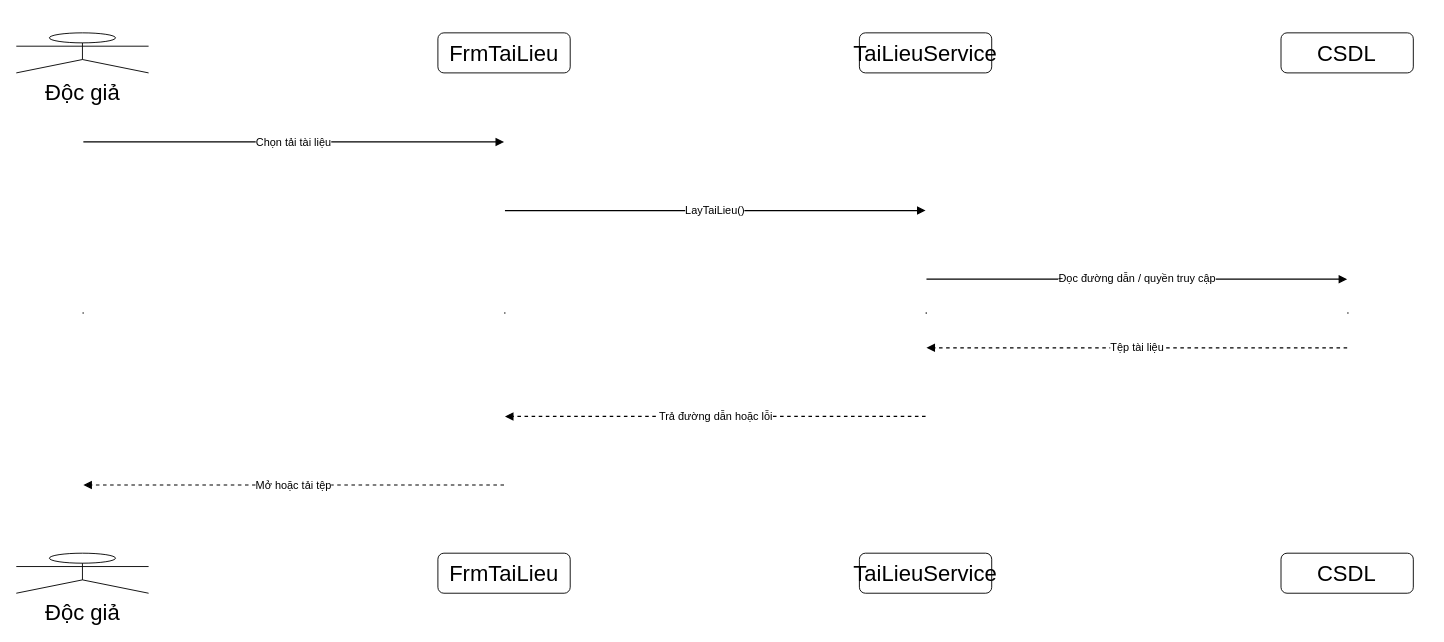
The draw.io diagram page "LAB02 - Tải tài liệu điện tử" (6 of 8) of IMAGES/LAB02.drawio in NguyenPhiLong517/LAB_OOSD, before the edit. Source tidied: cells renumbered, new cells numbered last; positions are measured from the earlier drawing's top-left corner, leaving out a move shared by most shapes. Both pictures are drawn from the tidied source at 91%, with x=0, y=0 at pixel (15, 33).
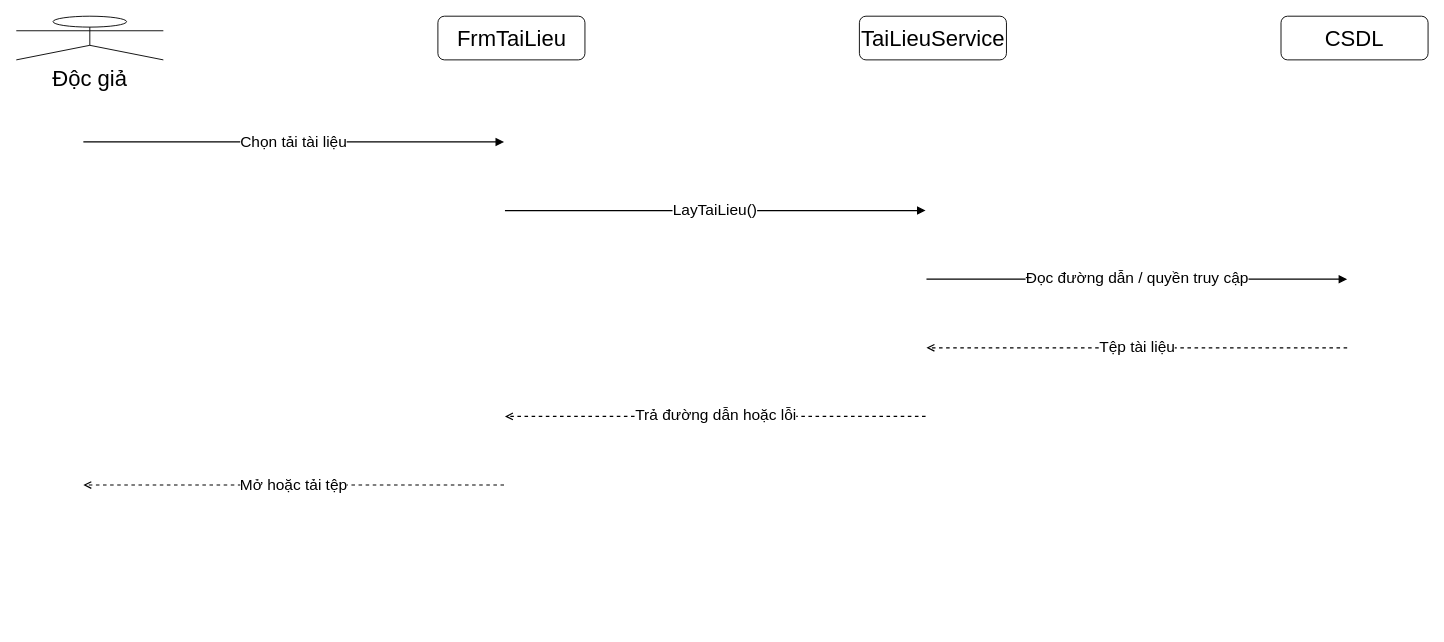
The same page after the edit.

Unchanged cells that the change refers to:
```xml
<mxCell id="20" style="shape=ellipse;opacity=0;strokeColor=none;fillColor=none;fillColor=none;strokeColor=black;fontColor=#000000;fontSize=1;" parent="1" vertex="1">
  <mxGeometry x="73.1" y="119" width="1" height="1" as="geometry" />
</mxCell>
<mxCell id="21" style="shape=ellipse;opacity=0;strokeColor=none;fillColor=none;fillColor=none;strokeColor=black;fontColor=#000000;fontSize=1;" parent="1" vertex="1">
  <mxGeometry x="536.4" y="119" width="1" height="1" as="geometry" />
</mxCell>
<mxCell id="22" style="shape=ellipse;opacity=0;strokeColor=none;fillColor=none;fillColor=none;strokeColor=black;fontColor=#000000;fontSize=1;" parent="1" vertex="1">
  <mxGeometry x="536.4" y="194.4" width="1" height="1" as="geometry" />
</mxCell>
<mxCell id="23" style="shape=ellipse;opacity=0;strokeColor=none;fillColor=none;fillColor=none;strokeColor=black;fontColor=#000000;fontSize=1;" parent="1" vertex="1">
  <mxGeometry x="999.6" y="194.4" width="1" height="1" as="geometry" />
</mxCell>
<mxCell id="24" style="shape=ellipse;opacity=0;strokeColor=none;fillColor=none;fillColor=none;strokeColor=black;fontColor=#000000;fontSize=1;" parent="1" vertex="1">
  <mxGeometry x="999.6" y="269.8" width="1" height="1" as="geometry" />
</mxCell>
<mxCell id="25" style="shape=ellipse;opacity=0;strokeColor=none;fillColor=none;fillColor=none;strokeColor=black;fontColor=#000000;fontSize=1;" parent="1" vertex="1">
  <mxGeometry x="1462.9" y="269.8" width="1" height="1" as="geometry" />
</mxCell>
<mxCell id="26" style="shape=ellipse;opacity=0;strokeColor=none;fillColor=none;fillColor=none;strokeColor=black;fontColor=#000000;fontSize=1;" parent="1" vertex="1">
  <mxGeometry x="1462.9" y="345.2" width="1" height="1" as="geometry" />
</mxCell>
<mxCell id="27" style="shape=ellipse;opacity=0;strokeColor=none;fillColor=none;fillColor=none;strokeColor=black;fontColor=#000000;fontSize=1;" parent="1" vertex="1">
  <mxGeometry x="999.6" y="345.2" width="1" height="1" as="geometry" />
</mxCell>
<mxCell id="28" style="shape=ellipse;opacity=0;strokeColor=none;fillColor=none;fillColor=none;strokeColor=black;fontColor=#000000;fontSize=1;" parent="1" vertex="1">
  <mxGeometry x="999.6" y="420.6" width="1" height="1" as="geometry" />
</mxCell>
<mxCell id="29" style="shape=ellipse;opacity=0;strokeColor=none;fillColor=none;fillColor=none;strokeColor=black;fontColor=#000000;fontSize=1;" parent="1" vertex="1">
  <mxGeometry x="536.4" y="420.6" width="1" height="1" as="geometry" />
</mxCell>
<mxCell id="30" style="shape=ellipse;opacity=0;strokeColor=none;fillColor=none;fillColor=none;strokeColor=black;fontColor=#000000;fontSize=1;" parent="1" vertex="1">
  <mxGeometry x="536.4" y="496" width="1" height="1" as="geometry" />
</mxCell>
<mxCell id="31" style="shape=ellipse;opacity=0;strokeColor=none;fillColor=none;fillColor=none;strokeColor=black;fontColor=#000000;fontSize=1;" parent="1" vertex="1">
  <mxGeometry x="73.1" y="496" width="1" height="1" as="geometry" />
</mxCell>
```

What changed in the source:
```diff
@@
-    <mxCell id="2" value="Chọn tải tài liệu" style="edgeStyle=orthogonalEdgeStyle;rounded=0;jettySize=auto;html=1;strokeColor=#000000;strokeWidth=1.3;endArrow=block;endFill=1;fontColor=#000000;fontSize=12;edgeStyle=none;" parent="1" edge="1" source="20" target="21">
+    <mxCell id="2" value="Chọn tải tài liệu" style="edgeStyle=orthogonalEdgeStyle;rounded=0;jettySize=auto;html=1;strokeColor=#000000;strokeWidth=1.3;endArrow=block;endFill=1;fontColor=#000000;fontSize=17;edgeStyle=none;" parent="1" edge="1" source="20" target="21">
       <mxGeometry relative="1" as="geometry" />
     </mxCell>
-    <mxCell id="3" value="LayTaiLieu()" style="edgeStyle=orthogonalEdgeStyle;rounded=0;jettySize=auto;html=1;strokeColor=#000000;strokeWidth=1.3;endArrow=block;endFill=1;fontColor=#000000;fontSize=12;edgeStyle=none;" parent="1" edge="1" source="22" target="23">
+    <mxCell id="3" value="LayTaiLieu()" style="edgeStyle=orthogonalEdgeStyle;rounded=0;jettySize=auto;html=1;strokeColor=#000000;strokeWidth=1.3;endArrow=block;endFill=1;fontColor=#000000;fontSize=17;edgeStyle=none;" parent="1" edge="1" source="22" target="23">
       <mxGeometry relative="1" as="geometry" />
     </mxCell>
-    <mxCell id="4" value="Đọc đường dẫn / quyền truy cập" style="edgeStyle=orthogonalEdgeStyle;rounded=0;jettySize=auto;html=1;strokeColor=#000000;strokeWidth=1.3;endArrow=block;endFill=1;fontColor=#000000;fontSize=12;edgeStyle=none;" parent="1" edge="1" source="24" target="25">
+    <mxCell id="4" value="Đọc đường dẫn / quyền truy cập" style="edgeStyle=orthogonalEdgeStyle;rounded=0;jettySize=auto;html=1;strokeColor=#000000;strokeWidth=1.3;endArrow=block;endFill=1;fontColor=#000000;fontSize=17;edgeStyle=none;" parent="1" edge="1" source="24" target="25">
       <mxGeometry relative="1" as="geometry" />
     </mxCell>
-    <mxCell id="5" value="Tệp tài liệu" style="edgeStyle=orthogonalEdgeStyle;rounded=0;jettySize=auto;html=1;strokeColor=#000000;strokeWidth=1.3;endArrow=block;endFill=1;fontColor=#000000;fontSize=12;dashed=1;edgeStyle=none;" parent="1" edge="1" source="26" target="27">
+    <mxCell id="5" value="Tệp tài liệu" style="edgeStyle=orthogonalEdgeStyle;rounded=0;jettySize=auto;html=1;strokeColor=#000000;strokeWidth=1.3;endArrow=open;endFill=0;fontColor=#000000;fontSize=17;dashed=1;edgeStyle=none;" parent="1" edge="1" source="26" target="27">
       <mxGeometry relative="1" as="geometry" />
     </mxCell>
-    <mxCell id="6" value="Trả đường dẫn hoặc lỗi" style="edgeStyle=orthogonalEdgeStyle;rounded=0;jettySize=auto;html=1;strokeColor=#000000;strokeWidth=1.3;endArrow=block;endFill=1;fontColor=#000000;fontSize=12;dashed=1;edgeStyle=none;" parent="1" edge="1" source="28" target="29">
+    <mxCell id="6" value="Trả đường dẫn hoặc lỗi" style="edgeStyle=orthogonalEdgeStyle;rounded=0;jettySize=auto;html=1;strokeColor=#000000;strokeWidth=1.3;endArrow=open;endFill=0;fontColor=#000000;fontSize=17;dashed=1;edgeStyle=none;" parent="1" edge="1" source="28" target="29">
       <mxGeometry relative="1" as="geometry" />
     </mxCell>
-    <mxCell id="7" value="Mở hoặc tải tệp" style="edgeStyle=orthogonalEdgeStyle;rounded=0;jettySize=auto;html=1;strokeColor=#000000;strokeWidth=1.3;endArrow=block;endFill=1;fontColor=#000000;fontSize=12;dashed=1;edgeStyle=none;" parent="1" edge="1" source="30" target="31">
+    <mxCell id="7" value="Mở hoặc tải tệp" style="edgeStyle=orthogonalEdgeStyle;rounded=0;jettySize=auto;html=1;strokeColor=#000000;strokeWidth=1.3;endArrow=open;endFill=0;fontColor=#000000;fontSize=17;dashed=1;edgeStyle=none;" parent="1" edge="1" source="30" target="31">
       <mxGeometry relative="1" as="geometry" />
     </mxCell>
     <mxCell id="8" value="Độc giả" style="shape=umlActor;verticalLabelPosition=bottom;verticalAlign=top;html=1;fillColor=white;strokeColor=black;fontColor=#000000;fontSize=24.24;" parent="1" vertex="1">
-      <mxGeometry x="0.4" y="-0.4" width="145.4" height="44" as="geometry" />
+      <mxGeometry x="0.4" y="-18.7" width="161.6" height="48" as="geometry" />
     </mxCell>
-    <mxCell id="9" value="Độc giả" style="shape=umlActor;verticalLabelPosition=bottom;verticalAlign=top;html=1;fillColor=white;strokeColor=black;fontColor=#000000;fontSize=24.24;" parent="1" vertex="1">
-      <mxGeometry x="0.4" y="571.4" width="145.4" height="44" as="geometry" />
-    </mxCell>
-    <mxCell id="10" style="shape=line;dashed=1;strokeWidth=1.2;html=1;fillColor=none;strokeColor=black;fontColor=#000000;fontSize=8;" parent="1" vertex="1">
-      <mxGeometry x="73.1" y="43.6" width="1.6" height="527.8" as="geometry" />
+    <mxCell id="10" style="shape=line;dashed=1;strokeWidth=1.5;strokeColor=#000000;html=1;" parent="1" vertex="1">
+      <mxGeometry x="73.1" y="21.6" height="593.7" as="geometry" />
     </mxCell>
     <mxCell id="11" value="FrmTaiLieu" style="rounded=1;whiteSpace=wrap;html=1;fillColor=white;strokeColor=black;fontColor=#000000;fontSize=24.24;" parent="1" vertex="1">
-      <mxGeometry x="463.7" y="-0.4" width="145.4" height="44" as="geometry" />
+      <mxGeometry x="463.7" y="-18.7" width="161.6" height="48" as="geometry" />
     </mxCell>
-    <mxCell id="12" value="FrmTaiLieu" style="rounded=1;whiteSpace=wrap;html=1;fillColor=white;strokeColor=black;fontColor=#000000;fontSize=24.24;" parent="1" vertex="1">
-      <mxGeometry x="463.7" y="571.4" width="145.4" height="44" as="geometry" />
-    </mxCell>
-    <mxCell id="13" style="shape=line;dashed=1;strokeWidth=1.2;html=1;fillColor=none;strokeColor=black;fontColor=#000000;fontSize=8;" parent="1" vertex="1">
-      <mxGeometry x="536.4" y="43.6" width="1.6" height="527.8" as="geometry" />
+    <mxCell id="13" style="shape=line;dashed=1;strokeWidth=1.5;strokeColor=#000000;html=1;" parent="1" vertex="1">
+      <mxGeometry x="536.4" y="21.6" height="593.7" as="geometry" />
     </mxCell>
     <mxCell id="14" value="TaiLieuService" style="rounded=1;whiteSpace=wrap;html=1;fillColor=white;strokeColor=black;fontColor=#000000;fontSize=24.24;" parent="1" vertex="1">
-      <mxGeometry x="926.9" y="-0.4" width="145.4" height="44" as="geometry" />
+      <mxGeometry x="926.9" y="-18.7" width="161.6" height="48" as="geometry" />
     </mxCell>
-    <mxCell id="15" value="TaiLieuService" style="rounded=1;whiteSpace=wrap;html=1;fillColor=white;strokeColor=black;fontColor=#000000;fontSize=24.24;" parent="1" vertex="1">
-      <mxGeometry x="926.9" y="571.4" width="145.4" height="44" as="geometry" />
-    </mxCell>
-    <mxCell id="16" style="shape=line;dashed=1;strokeWidth=1.2;html=1;fillColor=none;strokeColor=black;fontColor=#000000;fontSize=8;" parent="1" vertex="1">
-      <mxGeometry x="999.6" y="43.6" width="1.6" height="527.8" as="geometry" />
+    <mxCell id="16" style="shape=line;dashed=1;strokeWidth=1.5;strokeColor=#000000;html=1;" parent="1" vertex="1">
+      <mxGeometry x="999.6" y="21.6" height="593.7" as="geometry" />
     </mxCell>
     <mxCell id="17" value="CSDL" style="rounded=1;whiteSpace=wrap;html=1;fillColor=white;strokeColor=black;fontColor=#000000;fontSize=24.24;" parent="1" vertex="1">
-      <mxGeometry x="1390.2" y="-0.4" width="145.4" height="44" as="geometry" />
+      <mxGeometry x="1390.2" y="-18.7" width="161.6" height="48" as="geometry" />
     </mxCell>
-    <mxCell id="18" value="CSDL" style="rounded=1;whiteSpace=wrap;html=1;fillColor=white;strokeColor=black;fontColor=#000000;fontSize=24.24;" parent="1" vertex="1">
-      <mxGeometry x="1390.2" y="571.4" width="145.4" height="44" as="geometry" />
-    </mxCell>
-    <mxCell id="19" style="shape=line;dashed=1;strokeWidth=1.2;html=1;fillColor=none;strokeColor=black;fontColor=#000000;fontSize=8;" parent="1" vertex="1">
-      <mxGeometry x="1462.9" y="43.6" width="1.6" height="527.8" as="geometry" />
+    <mxCell id="19" style="shape=line;dashed=1;strokeWidth=1.5;strokeColor=#000000;html=1;" parent="1" vertex="1">
+      <mxGeometry x="1462.9" y="21.6" height="593.7" as="geometry" />
     </mxCell>
```
